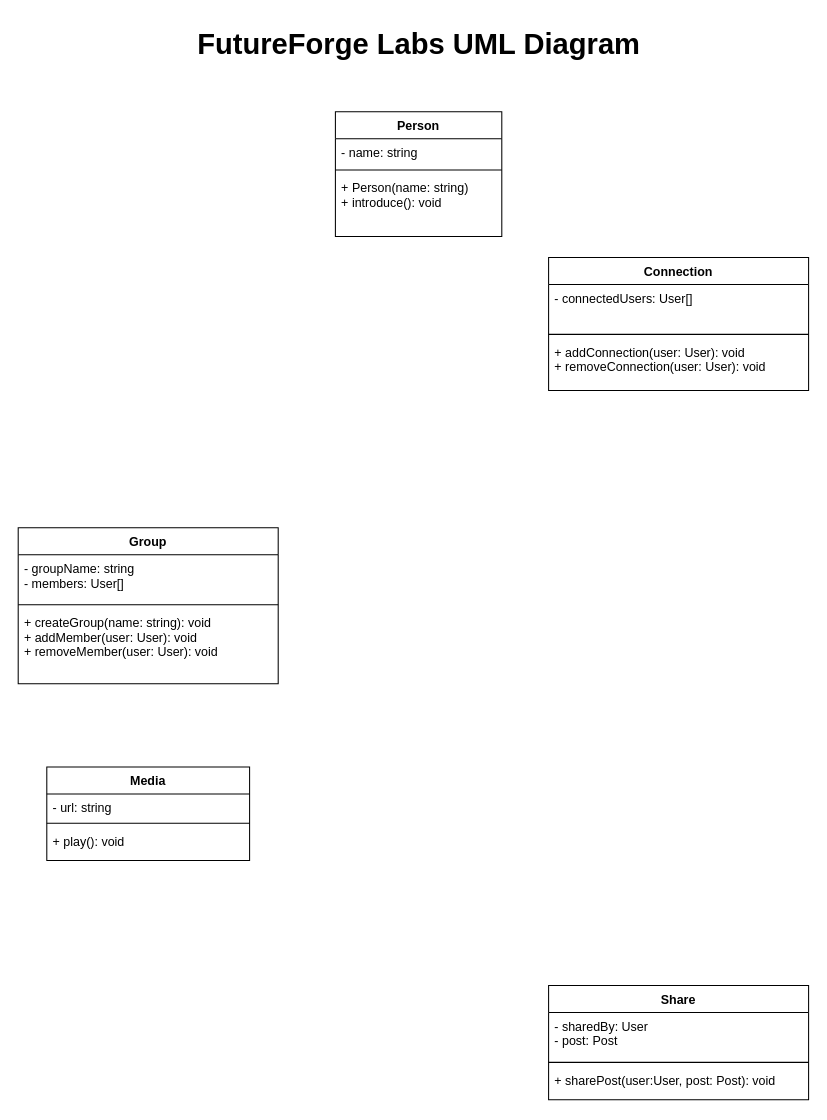
Above: docs/futureforge/futureforgeuml.drawio in BlazerLabs/CSC-3105-22-23-Project-Repo (draw.io), before the change. Source tidied: cells renumbered, new cells numbered last; positions are measured from the earlier drawing's top-left corner, leaving out a move shared by most shapes. Both pictures are drawn from the tidied source at 104%, with x=0, y=0 at pixel (18, 18).
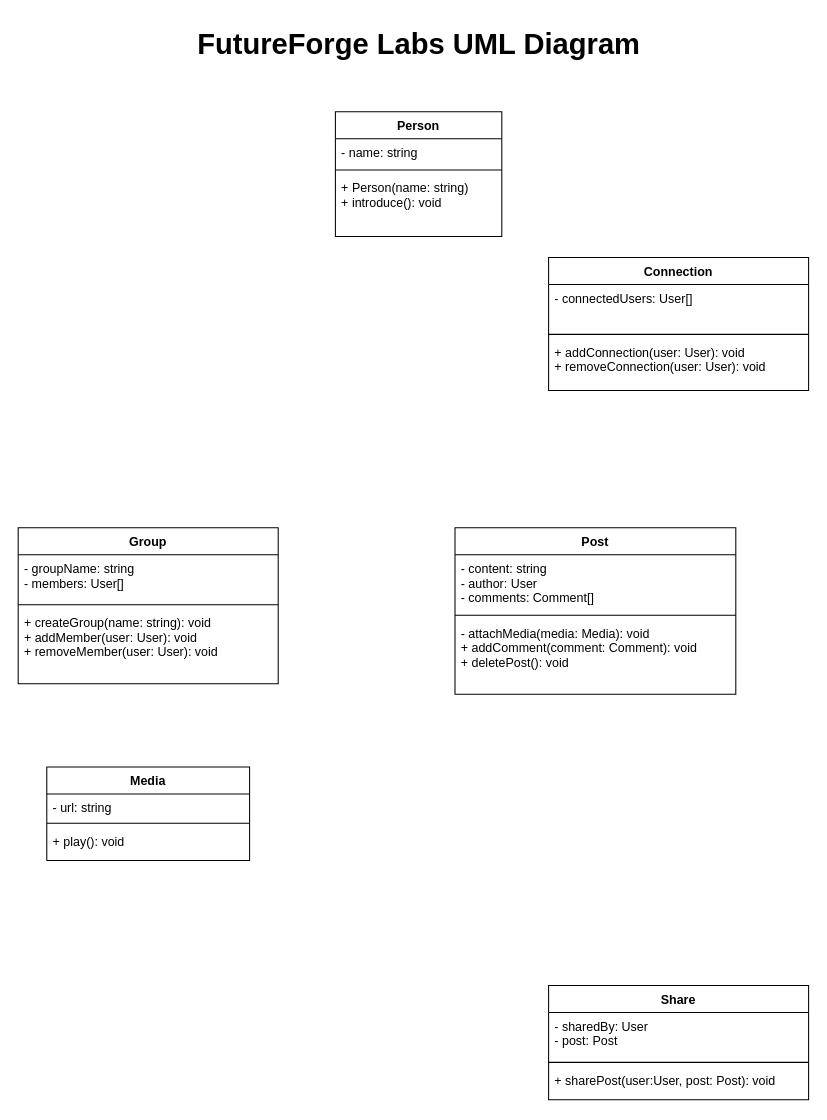
The same diagram, later.

Commit message:
Created the Post class uml

The edit, as a diff of the source:
```diff
@@
+    <mxCell id="23" value="Post" style="swimlane;fontStyle=1;align=center;verticalAlign=top;horizontal=1;startSize=26;" parent="1" vertex="1">
+      <mxGeometry x="420" y="490" width="270" height="160" as="geometry" />
+    </mxCell>
+    <mxCell id="24" value="- content: string&#10;- author: User&#10; - comments: Comment[]" style="text;strokeColor=none;fillColor=none;align=left;verticalAlign=top;spacingLeft=4;spacingRight=4;overflow=hidden;" parent="23" vertex="1">
+      <mxGeometry y="26" width="270" height="54" as="geometry" />
+    </mxCell>
+    <mxCell id="25" style="line;strokeWidth=1;fillColor=none;align=left;verticalAlign=middle;spacingTop=-1;spacingLeft=3;spacingRight=3;labelPosition=right;strokeColor=inherit;" parent="23" vertex="1">
+      <mxGeometry y="80" width="270" height="8" as="geometry" />
+    </mxCell>
+    <mxCell id="26" value="- attachMedia(media: Media): void&#10;+ addComment(comment: Comment): void&#10;+ deletePost(): void" style="text;strokeColor=none;fillColor=none;align=left;verticalAlign=top;spacingLeft=4;spacingRight=4;overflow=hidden;" parent="23" vertex="1">
+      <mxGeometry y="88" width="270" height="72" as="geometry" />
+    </mxCell>
```
